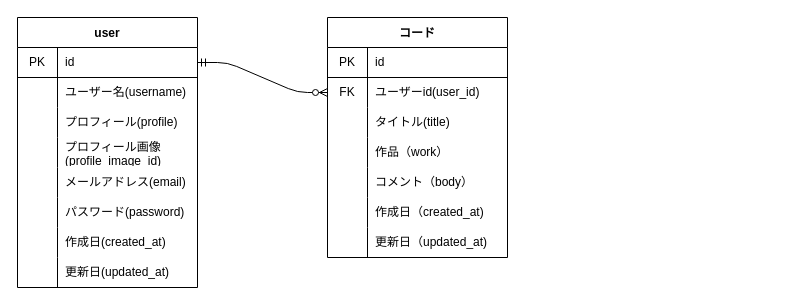
The draw.io diagram src/ER図.drawio in AniP-gt/chord_board, before the edit. Source tidied: cells renumbered, new cells numbered last; positions are measured from the earlier drawing's top-left corner, leaving out a move shared by most shapes. Both pictures are drawn from the tidied source at 100%, with x=0, y=0 at pixel (17, 17).
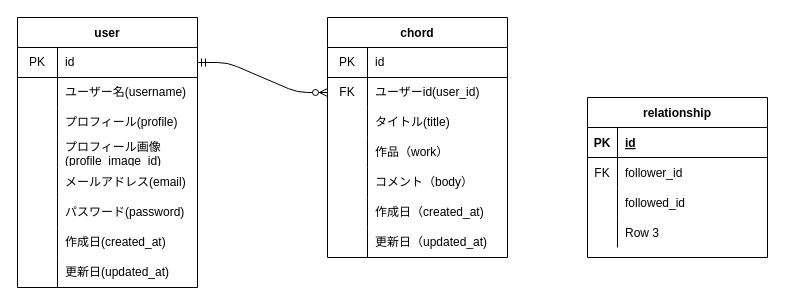
Above is the later version.

What changed in the source:
```diff
@@
-    <mxCell id="27" value="コード" style="shape=table;startSize=30;childLayout=tableLayout;rowLines=0;fontStyle=1;align=center;" parent="1" vertex="1">
+    <mxCell id="27" value="chord" style="shape=table;startSize=30;childLayout=tableLayout;rowLines=0;fontStyle=1;align=center;" parent="1" vertex="1">
       <mxGeometry x="310" width="180" height="240" as="geometry" />
     </mxCell>
@@
+    <mxCell id="50" value="relationship" style="shape=table;startSize=30;childLayout=tableLayout;rowLines=0;fontStyle=1;align=center;" parent="1" vertex="1">
+      <mxGeometry x="570" y="80" width="180" height="160" as="geometry" />
+    </mxCell>
+    <mxCell id="51" style="shape=partialRectangle;fillColor=none;top=0;left=0;bottom=1;right=0;" parent="50" vertex="1">
+      <mxGeometry y="30" width="180" height="30" as="geometry" />
+    </mxCell>
+    <mxCell id="52" value="PK" style="shape=partialRectangle;fillColor=none;top=0;left=0;bottom=0;right=0;fontStyle=1;overflow=hidden;" parent="51" vertex="1">
+      <mxGeometry width="30" height="30" as="geometry" />
+    </mxCell>
+    <mxCell id="53" value="id" style="shape=partialRectangle;fillColor=none;top=0;left=0;bottom=0;right=0;align=left;spacingLeft=6;fontStyle=5;overflow=hidden;" parent="51" vertex="1">
+      <mxGeometry x="30" width="150" height="30" as="geometry" />
+    </mxCell>
+    <mxCell id="54" style="shape=partialRectangle;fillColor=none;top=0;left=0;bottom=0;right=0;" parent="50" vertex="1">
+      <mxGeometry y="60" width="180" height="30" as="geometry" />
+    </mxCell>
+    <mxCell id="55" value="FK" style="shape=partialRectangle;fillColor=none;top=0;left=0;bottom=0;right=0;overflow=hidden;" parent="54" vertex="1">
+      <mxGeometry width="30" height="30" as="geometry" />
+    </mxCell>
+    <mxCell id="56" value="follower_id" style="shape=partialRectangle;fillColor=none;top=0;left=0;bottom=0;right=0;align=left;spacingLeft=6;overflow=hidden;" parent="54" vertex="1">
+      <mxGeometry x="30" width="150" height="30" as="geometry" />
+    </mxCell>
+    <mxCell id="57" style="shape=partialRectangle;fillColor=none;top=0;left=0;bottom=0;right=0;" parent="50" vertex="1">
+      <mxGeometry y="90" width="180" height="30" as="geometry" />
+    </mxCell>
+    <mxCell id="58" style="shape=partialRectangle;fillColor=none;top=0;left=0;bottom=0;right=0;overflow=hidden;" parent="57" vertex="1">
+      <mxGeometry width="30" height="30" as="geometry" />
+    </mxCell>
+    <mxCell id="59" value="followed_id" style="shape=partialRectangle;fillColor=none;top=0;left=0;bottom=0;right=0;align=left;spacingLeft=6;overflow=hidden;" parent="57" vertex="1">
+      <mxGeometry x="30" width="150" height="30" as="geometry" />
+    </mxCell>
+    <mxCell id="60" style="shape=partialRectangle;fillColor=none;top=0;left=0;bottom=0;right=0;" parent="50" vertex="1">
+      <mxGeometry y="120" width="180" height="30" as="geometry" />
+    </mxCell>
+    <mxCell id="61" style="shape=partialRectangle;fillColor=none;top=0;left=0;bottom=0;right=0;overflow=hidden;" parent="60" vertex="1">
+      <mxGeometry width="30" height="30" as="geometry" />
+    </mxCell>
+    <mxCell id="62" value="Row 3" style="shape=partialRectangle;fillColor=none;top=0;left=0;bottom=0;right=0;align=left;spacingLeft=6;overflow=hidden;" parent="60" vertex="1">
+      <mxGeometry x="30" width="150" height="30" as="geometry" />
+    </mxCell>
```
